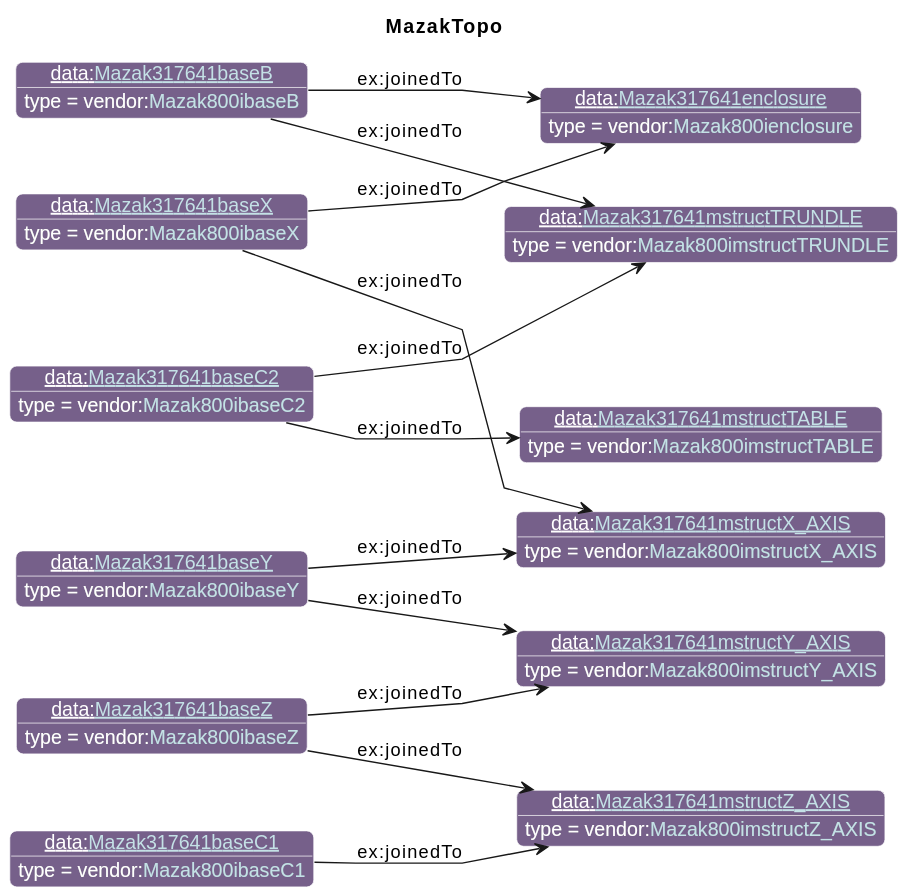
The PlantUML diagram diagrams/MazakTopo.svg in iofoundry/example-syseng-mtconnect, before a commit.
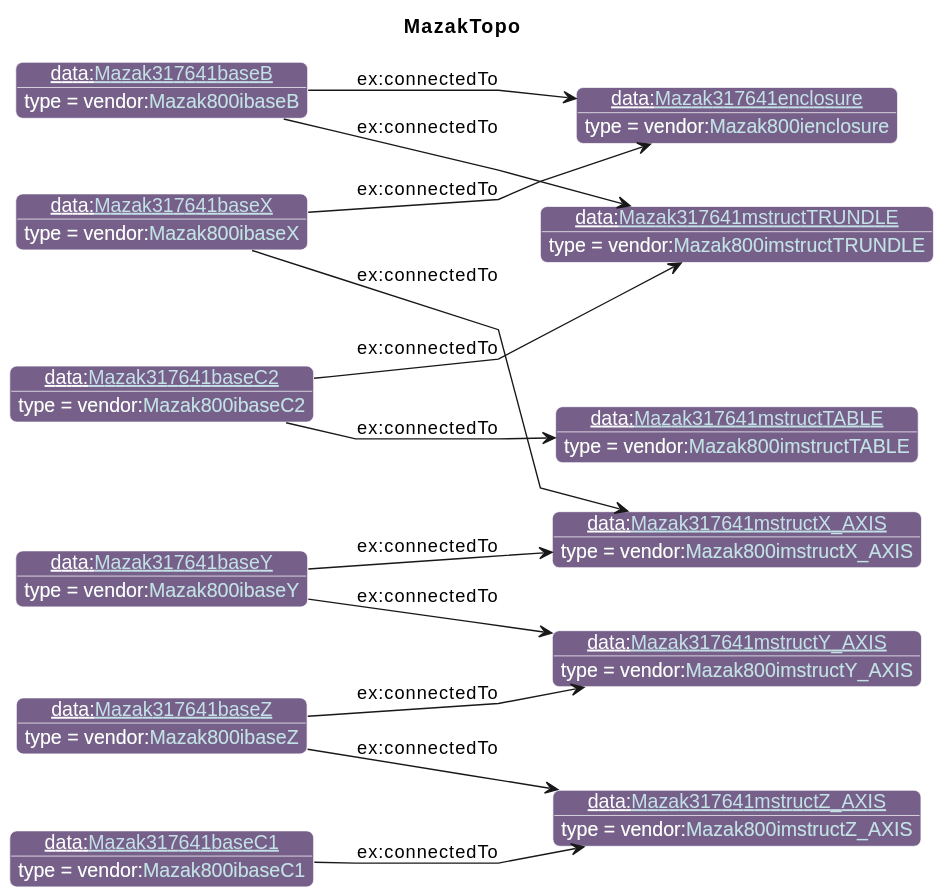
Above is the later version.

Change to the diagram source:
```diff
@@ -37,15 +37,15 @@
 individual(o9, data:[[./Mazak317641mstructTRUNDLE.html Mazak317641mstructTRUNDLE]], vendor:[[../Mazak.html#Mazak800imstructTRUNDLE Mazak800imstructTRUNDLE]])
 individual(o10, data:[[./Mazak317641baseC2.html Mazak317641baseC2]], vendor:[[../Mazak.html#Mazak800ibaseC2 Mazak800ibaseC2]])
 individual(o11, data:[[./Mazak317641mstructTABLE.html Mazak317641mstructTABLE]], vendor:[[../Mazak.html#Mazak800imstructTABLE Mazak800imstructTABLE]])
-property(o0, "ex:joinedTo", o1)
-property(o0, "ex:joinedTo", o2)
-property(o3, "ex:joinedTo", o2)
-property(o3, "ex:joinedTo", o4)
-property(o5, "ex:joinedTo", o4)
-property(o5, "ex:joinedTo", o6)
-property(o7, "ex:joinedTo", o6)
-property(o8, "ex:joinedTo", o1)
-property(o8, "ex:joinedTo", o9)
-property(o10, "ex:joinedTo", o9)
-property(o10, "ex:joinedTo", o11)
+property(o0, "ex:connectedTo", o1)
+property(o0, "ex:connectedTo", o2)
+property(o3, "ex:connectedTo", o2)
+property(o3, "ex:connectedTo", o4)
+property(o5, "ex:connectedTo", o4)
+property(o5, "ex:connectedTo", o6)
+property(o7, "ex:connectedTo", o6)
+property(o8, "ex:connectedTo", o1)
+property(o8, "ex:connectedTo", o9)
+property(o10, "ex:connectedTo", o9)
+property(o10, "ex:connectedTo", o11)
 @enduml
```
